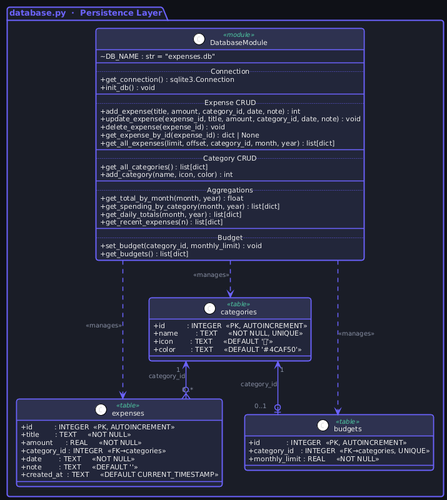
This is docs/Database UML.png from iTxAspect/Expense-Tracker-Project, a PlantUML export, as it was before one commit. Source of this version:
```plantuml
@startuml
!theme plain
skinparam backgroundColor #0F1117
skinparam defaultFontName  Helvetica
skinparam defaultFontSize  12
skinparam defaultFontColor #EAEAEA

skinparam title {
    FontColor   #6C63FF
    FontSize    20
    FontStyle   bold
}

skinparam package {
    BackgroundColor #1A1D27
    BorderColor     #6C63FF
    BorderThickness 2
    FontColor       #6C63FF
    FontStyle       bold
    FontSize        13
}

skinparam class {
    BackgroundColor      #22263A
    BorderColor          #6C63FF
    BorderThickness      1.5
    FontColor            #EAEAEA
    AttributeFontColor   #EAEAEA
    AttributeFontSize    11
    HeaderBackgroundColor #2E3250
    StereotypeFontColor  #4ECCA3
    StereotypeFontSize   10
}

skinparam note {
    BackgroundColor #1A1D27
    BorderColor     #FF6584
    FontColor       #8892A4
    FontSize        10
}

skinparam arrow {
    Color           #6C63FF
    FontColor       #8892A4
    FontSize        10
    Thickness       1.5
}

skinparam linetype ortho
skinparam roundcorner 8
skinparam shadowing false
skinparam classAttributeIconSize 0


package "database.py  ·  Persistence Layer" as DB_PKG {

    class "categories" as TBL_CAT <<table>> {
        {field} + id          : INTEGER  <<PK, AUTOINCREMENT>>
        {field} + name        : TEXT     <<NOT NULL, UNIQUE>>
        {field} + icon        : TEXT     <<DEFAULT '💰'>>
        {field} + color       : TEXT     <<DEFAULT '#4CAF50'>>
    }

    class "expenses" as TBL_EXP <<table>> {
        {field} + id          : INTEGER  <<PK, AUTOINCREMENT>>
        {field} + title       : TEXT     <<NOT NULL>>
        {field} + amount      : REAL     <<NOT NULL>>
        {field} + category_id : INTEGER  <<FK→categories>>
        {field} + date        : TEXT     <<NOT NULL>>
        {field} + note        : TEXT     <<DEFAULT ''>>
        {field} + created_at  : TEXT     <<DEFAULT CURRENT_TIMESTAMP>>
    }

    class "budgets" as TBL_BUD <<table>> {
        {field} + id            : INTEGER  <<PK, AUTOINCREMENT>>
        {field} + category_id   : INTEGER  <<FK→categories, UNIQUE>>
        {field} + monthly_limit : REAL     <<NOT NULL>>
    }

    class "DatabaseModule" as DB <<module>> {
        {field} ~ DB_NAME : str = "expenses.db"
        __
        .. Connection ..
        {method} + get_connection() : sqlite3.Connection
        {method} + init_db() : void
        __
        .. Expense CRUD ..
        {method} + add_expense(title, amount, category_id, date, note) : int
        {method} + update_expense(expense_id, title, amount, category_id, date, note) : void
        {method} + delete_expense(expense_id) : void
        {method} + get_expense_by_id(expense_id) : dict | None
        {method} + get_all_expenses(limit, offset, category_id, month, year) : list[dict]
        __
        .. Category CRUD ..
        {method} + get_all_categories() : list[dict]
        {method} + add_category(name, icon, color) : int
        __
        .. Aggregations ..
        {method} + get_total_by_month(month, year) : float
        {method} + get_spending_by_category(month, year) : list[dict]
        {method} + get_daily_totals(month, year) : list[dict]
        {method} + get_recent_expenses(n) : list[dict]
        __
        .. Budget ..
        {method} + set_budget(category_id, monthly_limit) : void
        {method} + get_budgets() : list[dict]
    }

    TBL_CAT "1" <--o{ "0..*" TBL_EXP : "category_id"
    TBL_CAT "1" <--o| "0..1" TBL_BUD : "category_id"
    DB ..> TBL_CAT : <<manages>>
    DB ..> TBL_EXP : <<manages>>
    DB ..> TBL_BUD : <<manages>>
}
@enduml
```
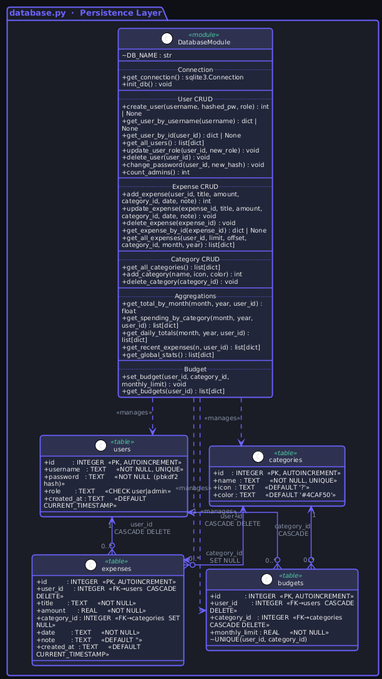
The same diagram one commit later.

What changed in the source:
```diff
@@ -1,71 +1,81 @@
 @startuml
 !theme plain
-skinparam backgroundColor #0F1117
-skinparam defaultFontName  Helvetica
-skinparam defaultFontSize  12
-skinparam defaultFontColor #EAEAEA
+skinparam backgroundColor       #0F1117
+skinparam defaultFontName        Helvetica
+skinparam defaultFontSize        11
+skinparam defaultFontColor       #EAEAEA
+skinparam wrapWidth              240
 
 skinparam title {
     FontColor   #6C63FF
-    FontSize    20
+    FontSize    22
     FontStyle   bold
 }
 
 skinparam package {
-    BackgroundColor #1A1D27
-    BorderColor     #6C63FF
-    BorderThickness 2
-    FontColor       #6C63FF
-    FontStyle       bold
-    FontSize        13
+    BackgroundColor   #1A1D27
+    BorderColor       #6C63FF
+    BorderThickness   2
+    FontColor         #6C63FF
+    FontStyle         bold
+    FontSize          13
 }
 
 skinparam class {
-    BackgroundColor      #22263A
-    BorderColor          #6C63FF
-    BorderThickness      1.5
-    FontColor            #EAEAEA
-    AttributeFontColor   #EAEAEA
-    AttributeFontSize    11
+    BackgroundColor       #22263A
+    BorderColor           #6C63FF
+    BorderThickness       1.5
+    FontColor             #EAEAEA
+    AttributeFontColor    #EAEAEA
+    AttributeFontSize     10
     HeaderBackgroundColor #2E3250
-    StereotypeFontColor  #4ECCA3
-    StereotypeFontSize   10
+    StereotypeFontColor   #4ECCA3
+    StereotypeFontSize    10
 }
 
 skinparam note {
-    BackgroundColor #1A1D27
-    BorderColor     #FF6584
-    FontColor       #8892A4
-    FontSize        10
+    BackgroundColor  #1A1D27
+    BorderColor      #FF6584
+    FontColor        #8892A4
+    FontSize         10
 }
 
 skinparam arrow {
-    Color           #6C63FF
-    FontColor       #8892A4
-    FontSize        10
-    Thickness       1.5
+    Color      #6C63FF
+    FontColor  #8892A4
+    FontSize   10
+    Thickness  1.5
 }
 
 skinparam linetype ortho
 skinparam roundcorner 8
-skinparam shadowing false
+skinparam shadowing   false
 skinparam classAttributeIconSize 0
 
 
-package "database.py  ·  Persistence Layer" as DB_PKG {
+package "database.py  ·  Persistence Layer" as PKG_DB {
+
+    class "users" as TBL_USR <<table>> {
+        {field} + id         : INTEGER  <<PK, AUTOINCREMENT>>
+        {field} + username   : TEXT     <<NOT NULL, UNIQUE>>
+        {field} + password   : TEXT     <<NOT NULL  (pbkdf2 hash)>>
+        {field} + role       : TEXT     <<CHECK user|admin>>
+        {field} + created_at : TEXT     <<DEFAULT CURRENT_TIMESTAMP>>
+    }
 
     class "categories" as TBL_CAT <<table>> {
-        {field} + id          : INTEGER  <<PK, AUTOINCREMENT>>
-        {field} + name        : TEXT     <<NOT NULL, UNIQUE>>
-        {field} + icon        : TEXT     <<DEFAULT '💰'>>
-        {field} + color       : TEXT     <<DEFAULT '#4CAF50'>>
+        {field} + id    : INTEGER  <<PK, AUTOINCREMENT>>
+        {field} + name  : TEXT     <<NOT NULL, UNIQUE>>
+        {field} + icon  : TEXT     <<DEFAULT '?'>>
+        {field} + color : TEXT     <<DEFAULT '#4CAF50'>>
     }
 
     class "expenses" as TBL_EXP <<table>> {
         {field} + id          : INTEGER  <<PK, AUTOINCREMENT>>
+        {field} + user_id     : INTEGER  <<FK→users  CASCADE DELETE>>
         {field} + title       : TEXT     <<NOT NULL>>
         {field} + amount      : REAL     <<NOT NULL>>
-        {field} + category_id : INTEGER  <<FK→categories>>
+        {field} + category_id : INTEGER  <<FK→categories  SET NULL>>
         {field} + date        : TEXT     <<NOT NULL>>
         {field} + note        : TEXT     <<DEFAULT ''>>
         {field} + created_at  : TEXT     <<DEFAULT CURRENT_TIMESTAMP>>
@@ -73,41 +83,59 @@
 
     class "budgets" as TBL_BUD <<table>> {
         {field} + id            : INTEGER  <<PK, AUTOINCREMENT>>
-        {field} + category_id   : INTEGER  <<FK→categories, UNIQUE>>
+        {field} + user_id       : INTEGER  <<FK→users  CASCADE DELETE>>
+        {field} + category_id   : INTEGER  <<FK→categories  CASCADE DELETE>>
         {field} + monthly_limit : REAL     <<NOT NULL>>
+        {field} ~ UNIQUE(user_id, category_id)
     }
 
     class "DatabaseModule" as DB <<module>> {
-        {field} ~ DB_NAME : str = "expenses.db"
+        {field} ~ DB_NAME : str
         __
         .. Connection ..
         {method} + get_connection() : sqlite3.Connection
         {method} + init_db() : void
         __
+        .. User CRUD ..
+        {method} + create_user(username, hashed_pw, role) : int | None
+        {method} + get_user_by_username(username) : dict | None
+        {method} + get_user_by_id(user_id) : dict | None
+        {method} + get_all_users() : list[dict]
+        {method} + update_user_role(user_id, new_role) : void
+        {method} + delete_user(user_id) : void
+        {method} + change_password(user_id, new_hash) : void
+        {method} + count_admins() : int
+        __
         .. Expense CRUD ..
-        {method} + add_expense(title, amount, category_id, date, note) : int
+        {method} + add_expense(user_id, title, amount, category_id, date, note) : int
         {method} + update_expense(expense_id, title, amount, category_id, date, note) : void
         {method} + delete_expense(expense_id) : void
         {method} + get_expense_by_id(expense_id) : dict | None
-        {method} + get_all_expenses(limit, offset, category_id, month, year) : list[dict]
+        {method} + get_all_expenses(user_id, limit, offset, category_id, month, year) : list[dict]
         __
         .. Category CRUD ..
         {method} + get_all_categories() : list[dict]
         {method} + add_category(name, icon, color) : int
+        {method} + delete_category(category_id) : void
         __
         .. Aggregations ..
-        {method} + get_total_by_month(month, year) : float
-        {method} + get_spending_by_category(month, year) : list[dict]
-        {method} + get_daily_totals(month, year) : list[dict]
-        {method} + get_recent_expenses(n) : list[dict]
+        {method} + get_total_by_month(month, year, user_id) : float
+        {method} + get_spending_by_category(month, year, user_id) : list[dict]
+        {method} + get_daily_totals(month, year, user_id) : list[dict]
+        {method} + get_recent_expenses(n, user_id) : list[dict]
+        {method} + get_global_stats() : list[dict]
         __
         .. Budget ..
-        {method} + set_budget(category_id, monthly_limit) : void
-        {method} + get_budgets() : list[dict]
+        {method} + set_budget(user_id, category_id, monthly_limit) : void
+        {method} + get_budgets(user_id) : list[dict]
     }
 
-    TBL_CAT "1" <--o{ "0..*" TBL_EXP : "category_id"
-    TBL_CAT "1" <--o| "0..1" TBL_BUD : "category_id"
+    TBL_USR "1" <--o{ "0..*" TBL_EXP : "user_id\n CASCADE DELETE"
+    TBL_USR "1" <--o{ "0..*" TBL_BUD : "user_id\n CASCADE DELETE"
+    TBL_CAT "1" <--o{ "0..*" TBL_EXP : "category_id\n SET NULL"
+    TBL_CAT "1" <--o{ "0..*" TBL_BUD : "category_id\n CASCADE"
+
+    DB ..> TBL_USR : <<manages>>
     DB ..> TBL_CAT : <<manages>>
     DB ..> TBL_EXP : <<manages>>
     DB ..> TBL_BUD : <<manages>>
```
